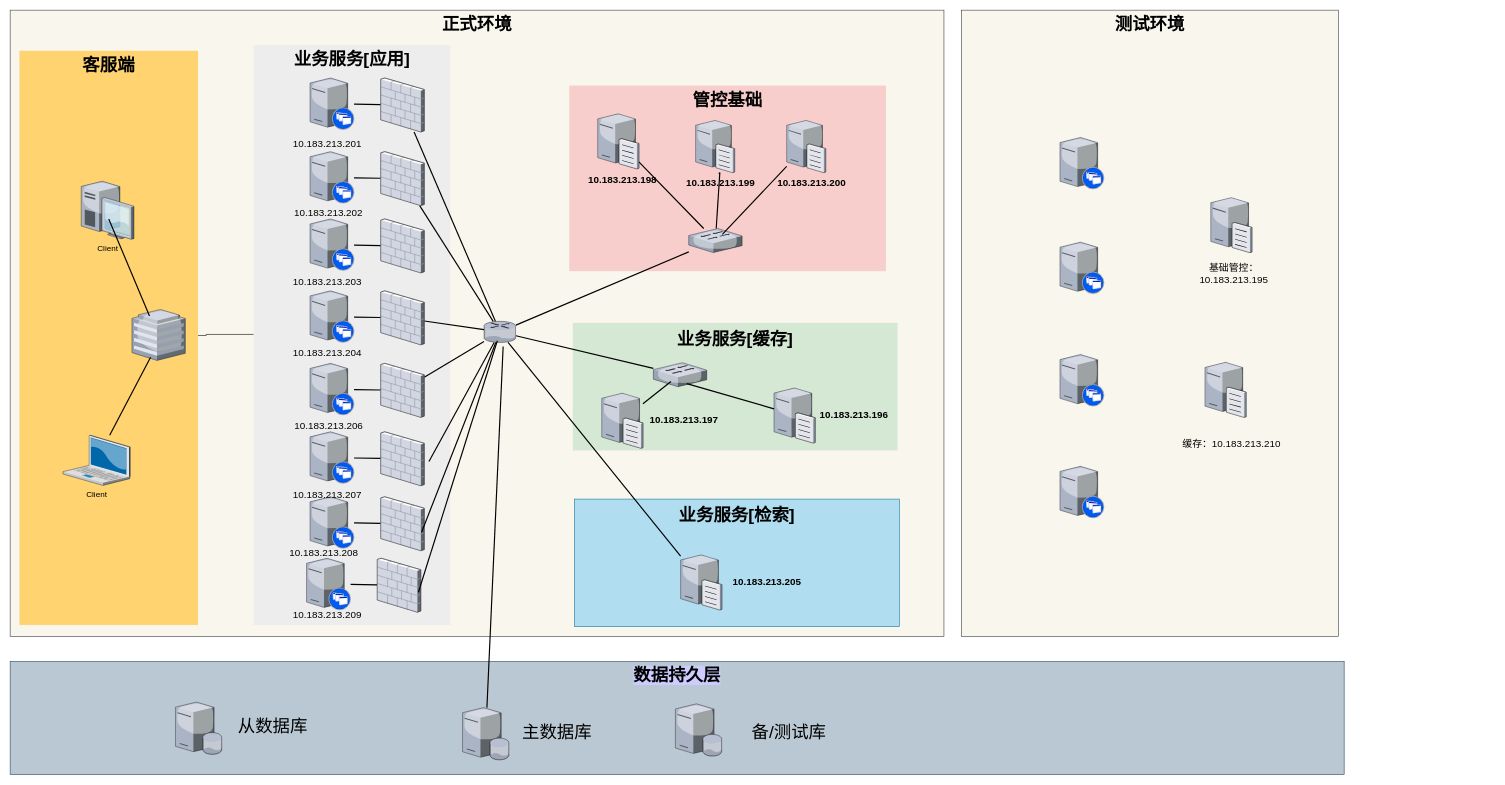
Above: 未命名绘图.drawio in MaskJS/draw.io (draw.io), before the change. Source tidied: cells renumbered, new cells numbered last; positions are measured from the earlier drawing's top-left corner, leaving out a move shared by most shapes. Both pictures are drawn from the tidied source at 58%, with x=0, y=0 at pixel (10, 10).
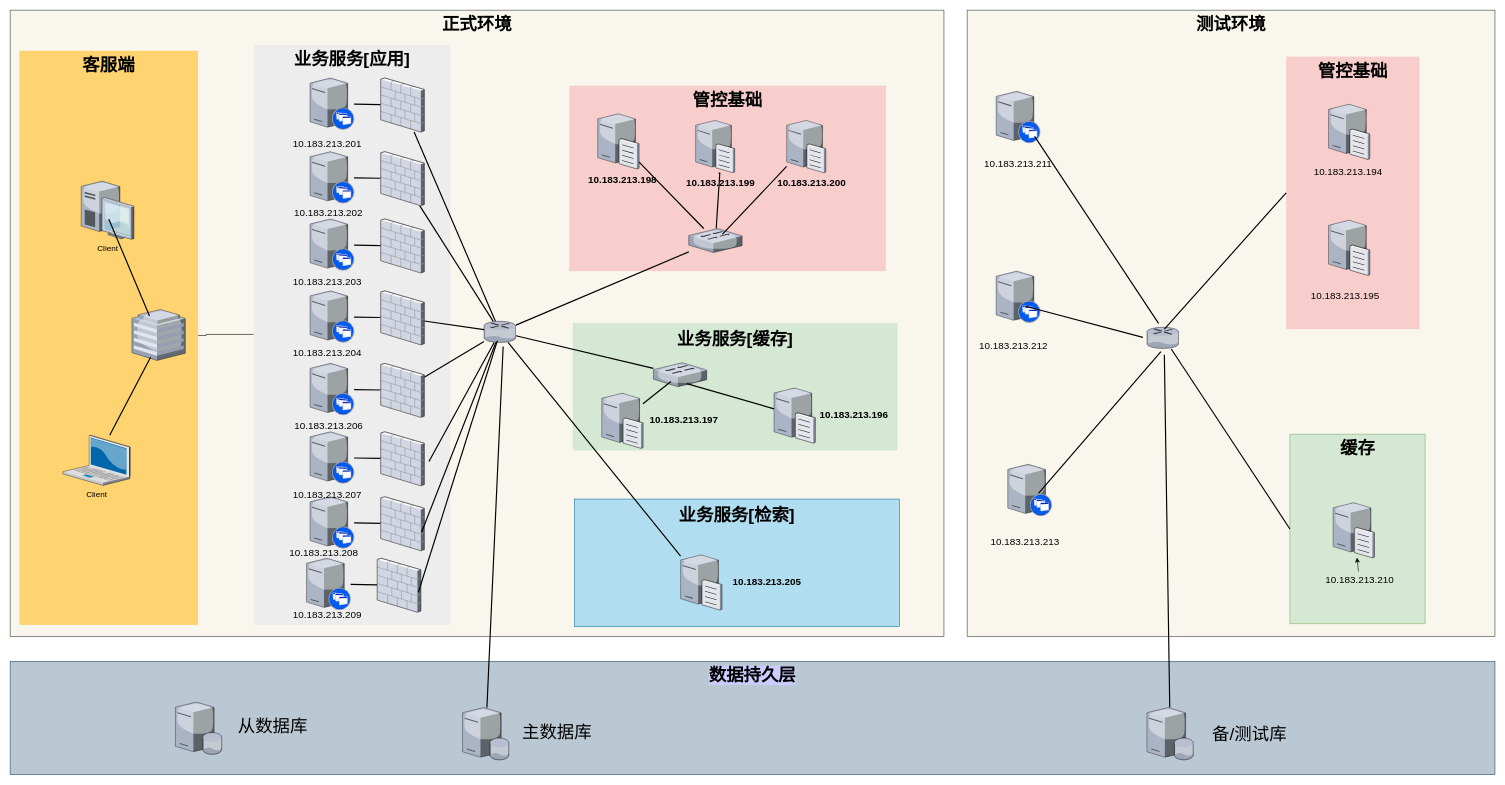
The same page after the edit.

Change to the diagram source:
```diff
@@
+    <mxCell id="77" value="&lt;div style=&quot;text-align: left;&quot;&gt;&lt;font face=&quot;宋体&quot;&gt;&lt;span style=&quot;font-size: 30px;&quot;&gt;&lt;b&gt;测试环境&lt;/b&gt;&lt;/span&gt;&lt;/font&gt;&lt;/div&gt;" style="whiteSpace=wrap;html=1;fontSize=14;verticalAlign=top;fillColor=#f9f7ed;strokeColor=#36393d;" parent="1" vertex="1">
+      <mxGeometry x="1650" width="910" height="1080" as="geometry" />
+    </mxCell>
+    <mxCell id="94" value="&lt;b&gt;&lt;font style=&quot;font-size: 30px;&quot;&gt;管控基础&lt;/font&gt;&lt;/b&gt;" style="whiteSpace=wrap;html=1;fillColor=#f8cecc;fontSize=14;strokeColor=none;verticalAlign=top;" parent="1" vertex="1">
+      <mxGeometry x="2200" y="80" width="230" height="470" as="geometry" />
+    </mxCell>
@@
     <mxCell id="39" value="&lt;b&gt;&lt;font style=&quot;font-size: 30px; background-color: rgb(204, 204, 255);&quot;&gt;数据持久层&lt;/font&gt;&lt;/b&gt;" style="whiteSpace=wrap;html=1;fontSize=14;verticalAlign=top;fillColor=#bac8d3;strokeColor=#23445d;" parent="1" vertex="1">
-      <mxGeometry y="1123" width="2300" height="195" as="geometry" />
+      <mxGeometry y="1123" width="2560" height="195" as="geometry" />
     </mxCell>
@@
-    <mxCell id="41" style="verticalLabelPosition=bottom;sketch=0;html=1;verticalAlign=top;strokeColor=none;align=center;outlineConnect=0;shape=mxgraph.citrix.database_server;labelBackgroundColor=none;fontSize=30;" parent="1" vertex="1">
-      <mxGeometry x="1147" y="1196" width="80" height="90" as="geometry" />
-    </mxCell>
@@
-    <mxCell id="45" value="备/测试库" style="text;strokeColor=none;align=center;fillColor=none;html=1;verticalAlign=middle;whiteSpace=wrap;rounded=0;labelBackgroundColor=none;fontSize=30;" parent="1" vertex="1">
-      <mxGeometry x="1272.5" y="1229" width="140" height="30" as="geometry" />
-    </mxCell>
@@
-    <mxCell id="77" value="&lt;div style=&quot;text-align: left;&quot;&gt;&lt;font face=&quot;宋体&quot;&gt;&lt;span style=&quot;font-size: 30px;&quot;&gt;&lt;b&gt;测试环境&lt;/b&gt;&lt;/span&gt;&lt;/font&gt;&lt;/div&gt;" style="whiteSpace=wrap;html=1;fontSize=14;verticalAlign=top;fillColor=#f9f7ed;strokeColor=#36393d;" parent="1" vertex="1">
-      <mxGeometry x="1640" width="650" height="1080" as="geometry" />
-    </mxCell>
@@
-    <mxCell id="81" style="verticalLabelPosition=bottom;sketch=0;html=1;verticalAlign=top;align=center;shape=mxgraph.citrix.file_server;labelBackgroundColor=none;" parent="1" vertex="1">
-      <mxGeometry x="2060" y="605" width="71" height="97" as="geometry" />
-    </mxCell>
-    <mxCell id="82" style="verticalLabelPosition=bottom;sketch=0;html=1;verticalAlign=top;align=center;shape=mxgraph.citrix.file_server;labelBackgroundColor=none;" parent="1" vertex="1">
-      <mxGeometry x="2070" y="321" width="71" height="97" as="geometry" />
-    </mxCell>
-    <mxCell id="83" style="verticalLabelPosition=bottom;html=1;verticalAlign=top;strokeColor=none;shape=mxgraph.citrix.xenapp_server;fillColor=#66B2FF;gradientColor=#0066CC;fontSize=14;" parent="1" vertex="1">
-      <mxGeometry x="1810" y="219.5" width="76" height="89" as="geometry" />
-    </mxCell>
-    <mxCell id="84" style="verticalLabelPosition=bottom;html=1;verticalAlign=top;strokeColor=none;shape=mxgraph.citrix.xenapp_server;fillColor=#66B2FF;gradientColor=#0066CC;fontSize=14;" parent="1" vertex="1">
-      <mxGeometry x="1810" y="400" width="76" height="89" as="geometry" />
-    </mxCell>
-    <mxCell id="85" style="verticalLabelPosition=bottom;html=1;verticalAlign=top;strokeColor=none;shape=mxgraph.citrix.xenapp_server;fillColor=#66B2FF;gradientColor=#0066CC;fontSize=14;" parent="1" vertex="1">
-      <mxGeometry x="1810" y="593.8" width="76" height="89" as="geometry" />
-    </mxCell>
-    <mxCell id="86" value="基础管控：10.183.213.195" style="text;strokeColor=none;align=center;fillColor=none;html=1;verticalAlign=middle;whiteSpace=wrap;rounded=0;labelBackgroundColor=none;fontSize=17;" parent="1" vertex="1">
-      <mxGeometry x="2010" y="440" width="200" height="30" as="geometry" />
-    </mxCell>
-    <mxCell id="87" value="缓存：10.183.213.210" style="text;strokeColor=none;align=center;fillColor=none;html=1;verticalAlign=middle;whiteSpace=wrap;rounded=0;labelBackgroundColor=none;fontSize=17;" parent="1" vertex="1">
-      <mxGeometry x="2005.5" y="733" width="200" height="30" as="geometry" />
-    </mxCell>
-    <mxCell id="88" style="verticalLabelPosition=bottom;html=1;verticalAlign=top;strokeColor=none;shape=mxgraph.citrix.xenapp_server;fillColor=#66B2FF;gradientColor=#0066CC;fontSize=14;" parent="1" vertex="1">
-      <mxGeometry x="1810" y="786.5" width="76" height="89" as="geometry" />
-    </mxCell>
@@
+    <mxCell id="95" value="&lt;span style=&quot;font-size: 30px;&quot;&gt;&lt;b&gt;缓存&lt;/b&gt;&lt;/span&gt;" style="whiteSpace=wrap;html=1;fillColor=#d5e8d4;fontSize=14;strokeColor=#82b366;verticalAlign=top;" parent="1" vertex="1">
+      <mxGeometry x="2206.5" y="731" width="233" height="327" as="geometry" />
+    </mxCell>
+    <mxCell id="96" style="group;" parent="1" vertex="1">
+      <mxGeometry x="2226.5" y="840" width="200" height="158" as="geometry" />
+    </mxCell>
+    <mxCell id="97" style="edgeStyle=none;rounded=0;jettySize=auto;html=1;fontSize=17;" parent="96" edge="1" source="87" target="98">
+      <mxGeometry relative="1" as="geometry" />
+    </mxCell>
+    <mxCell id="87" value="10.183.213.210" style="text;strokeColor=none;align=center;fillColor=none;html=1;verticalAlign=middle;whiteSpace=wrap;rounded=0;labelBackgroundColor=none;fontSize=17;" parent="96" vertex="1">
+      <mxGeometry y="128" width="200" height="30" as="geometry" />
+    </mxCell>
+    <mxCell id="98" style="verticalLabelPosition=bottom;sketch=0;html=1;verticalAlign=top;align=center;outlineConnect=0;shape=mxgraph.citrix.file_server;labelBackgroundColor=none;" parent="96" vertex="1">
+      <mxGeometry x="54.5" y="7" width="71" height="97" as="geometry" />
+    </mxCell>
+    <mxCell id="99" style="group;" parent="1" vertex="1">
+      <mxGeometry x="1700" y="140" width="76" height="140.5" as="geometry" />
+    </mxCell>
+    <mxCell id="83" style="verticalLabelPosition=bottom;html=1;verticalAlign=top;strokeColor=none;shape=mxgraph.citrix.xenapp_server;fillColor=#66B2FF;gradientColor=#0066CC;fontSize=14;" parent="99" vertex="1">
+      <mxGeometry width="76" height="89" as="geometry" />
+    </mxCell>
+    <mxCell id="100" value="10.183.213.211" style="text;strokeColor=none;align=center;fillColor=none;html=1;verticalAlign=middle;whiteSpace=wrap;rounded=0;labelBackgroundColor=none;fontSize=17;" parent="99" vertex="1">
+      <mxGeometry x="8" y="110.5" width="60" height="30" as="geometry" />
+    </mxCell>
+    <mxCell id="101" style="group;" parent="1" vertex="1">
+      <mxGeometry x="1700" y="450" width="76" height="143.5" as="geometry" />
+    </mxCell>
+    <mxCell id="84" style="verticalLabelPosition=bottom;html=1;verticalAlign=top;strokeColor=none;shape=mxgraph.citrix.xenapp_server;fillColor=#66B2FF;gradientColor=#0066CC;fontSize=14;" parent="101" vertex="1">
+      <mxGeometry width="76" height="89" as="geometry" />
+    </mxCell>
+    <mxCell id="102" value="10.183.213.212" style="text;strokeColor=none;align=center;fillColor=none;html=1;verticalAlign=middle;whiteSpace=wrap;rounded=0;labelBackgroundColor=none;fontSize=17;" parent="101" vertex="1">
+      <mxGeometry y="113.5" width="60" height="30" as="geometry" />
+    </mxCell>
+    <mxCell id="103" style="group;" parent="1" vertex="1">
+      <mxGeometry x="1720" y="783" width="76" height="149" as="geometry" />
+    </mxCell>
+    <mxCell id="85" style="verticalLabelPosition=bottom;html=1;verticalAlign=top;strokeColor=none;shape=mxgraph.citrix.xenapp_server;fillColor=#66B2FF;gradientColor=#0066CC;fontSize=14;" parent="103" vertex="1">
+      <mxGeometry width="76" height="89" as="geometry" />
+    </mxCell>
+    <mxCell id="104" value="10.183.213.213" style="text;strokeColor=none;align=center;fillColor=none;html=1;verticalAlign=middle;whiteSpace=wrap;rounded=0;labelBackgroundColor=none;fontSize=17;" parent="103" vertex="1">
+      <mxGeometry y="119" width="60" height="30" as="geometry" />
+    </mxCell>
+    <mxCell id="105" style="group;" parent="1" vertex="1">
+      <mxGeometry x="2206.5" y="160" width="200" height="134.9" as="geometry" />
+    </mxCell>
+    <mxCell id="106" style="verticalLabelPosition=bottom;sketch=0;html=1;verticalAlign=top;align=center;shape=mxgraph.citrix.file_server;labelBackgroundColor=none;" parent="105" vertex="1">
+      <mxGeometry x="66.5" width="71" height="97" as="geometry" />
+    </mxCell>
+    <mxCell id="107" value="10.183.213.194" style="text;strokeColor=none;align=center;fillColor=none;html=1;verticalAlign=middle;whiteSpace=wrap;rounded=0;labelBackgroundColor=none;fontSize=17;" parent="105" vertex="1">
+      <mxGeometry y="104.9" width="200" height="30" as="geometry" />
+    </mxCell>
+    <mxCell id="108" style="group;" parent="1" vertex="1">
+      <mxGeometry x="2202" y="360" width="200" height="148.2" as="geometry" />
+    </mxCell>
+    <mxCell id="109" style="verticalLabelPosition=bottom;sketch=0;html=1;verticalAlign=top;align=center;shape=mxgraph.citrix.file_server;labelBackgroundColor=none;" parent="108" vertex="1">
+      <mxGeometry x="71" width="71" height="97" as="geometry" />
+    </mxCell>
+    <mxCell id="110" value="10.183.213.195" style="text;strokeColor=none;align=center;fillColor=none;html=1;verticalAlign=middle;whiteSpace=wrap;rounded=0;labelBackgroundColor=none;fontSize=17;" parent="108" vertex="1">
+      <mxGeometry y="118.2" width="200" height="30" as="geometry" />
+    </mxCell>
+    <mxCell id="111" style="verticalLabelPosition=bottom;html=1;verticalAlign=top;strokeColor=none;shape=mxgraph.citrix.router;fillColor=#66B2FF;gradientColor=#0066CC;fontSize=14;" parent="1" vertex="1">
+      <mxGeometry x="1960" y="546.8" width="55" height="36.5" as="geometry" />
+    </mxCell>
+    <mxCell id="112" style="edgeStyle=none;rounded=0;html=1;startSize=10;endSize=10;jettySize=auto;fontSize=14;endArrow=none;endFill=0;strokeWidth=2;exitX=0.873;exitY=0.871;exitDx=0;exitDy=0;exitPerimeter=0;" parent="1" edge="1" source="83">
+      <mxGeometry relative="1" as="geometry">
+        <mxPoint x="1980" y="540" as="targetPoint" />
+      </mxGeometry>
+    </mxCell>
+    <mxCell id="113" style="edgeStyle=none;rounded=0;html=1;startSize=10;endSize=10;jettySize=auto;fontSize=14;endArrow=none;endFill=0;strokeWidth=2;entryX=-0.127;entryY=0.479;entryDx=0;entryDy=0;entryPerimeter=0;exitX=0.668;exitY=0.679;exitDx=0;exitDy=0;exitPerimeter=0;" parent="1" edge="1" source="84" target="111">
+      <mxGeometry relative="1" as="geometry" />
+    </mxCell>
+    <mxCell id="114" style="edgeStyle=none;rounded=0;html=1;startSize=10;endSize=10;jettySize=auto;fontSize=14;endArrow=none;endFill=0;strokeWidth=2;entryX=0.438;entryY=1.148;entryDx=0;entryDy=0;entryPerimeter=0;exitX=0.697;exitY=0.563;exitDx=0;exitDy=0;exitPerimeter=0;" parent="1" edge="1" source="85" target="111">
+      <mxGeometry relative="1" as="geometry" />
+    </mxCell>
+    <mxCell id="115" style="edgeStyle=none;rounded=0;html=1;startSize=10;endSize=10;jettySize=auto;fontSize=14;endArrow=none;endFill=0;strokeWidth=2;exitX=0;exitY=0.5;exitDx=0;exitDy=0;" parent="1" edge="1" source="94">
+      <mxGeometry relative="1" as="geometry">
+        <mxPoint x="1990" y="550" as="targetPoint" />
+      </mxGeometry>
+    </mxCell>
+    <mxCell id="116" style="edgeStyle=none;rounded=0;html=1;startSize=10;endSize=10;jettySize=auto;fontSize=14;endArrow=none;endFill=0;strokeWidth=2;exitX=0;exitY=0.5;exitDx=0;exitDy=0;entryX=0.762;entryY=1.027;entryDx=0;entryDy=0;entryPerimeter=0;" parent="1" edge="1" source="95" target="111">
+      <mxGeometry relative="1" as="geometry" />
+    </mxCell>
+    <mxCell id="117" style="edgeStyle=none;rounded=0;html=1;startSize=10;endSize=10;jettySize=auto;fontSize=14;endArrow=none;endFill=0;strokeWidth=2;" parent="1" edge="1" source="41">
+      <mxGeometry relative="1" as="geometry">
+        <mxPoint x="1990" y="594" as="targetPoint" />
+      </mxGeometry>
+    </mxCell>
+    <mxCell id="118" style="group;" parent="1" vertex="1">
+      <mxGeometry x="1960" y="1202.5" width="246.5" height="90" as="geometry" />
+    </mxCell>
+    <mxCell id="41" style="verticalLabelPosition=bottom;sketch=0;html=1;verticalAlign=top;strokeColor=none;align=center;outlineConnect=0;shape=mxgraph.citrix.database_server;labelBackgroundColor=none;fontSize=30;" parent="118" vertex="1">
+      <mxGeometry width="80" height="90" as="geometry" />
+    </mxCell>
+    <mxCell id="45" value="备/测试库" style="text;strokeColor=none;align=center;fillColor=none;html=1;verticalAlign=middle;whiteSpace=wrap;rounded=0;labelBackgroundColor=none;fontSize=30;" parent="118" vertex="1">
+      <mxGeometry x="106.5" y="30" width="140" height="30" as="geometry" />
+    </mxCell>
+    <mxCell id="119" style="edgeStyle=none;rounded=0;orthogonalLoop=1;jettySize=auto;html=1;entryX=0.25;entryY=1;entryDx=0;entryDy=0;fontSize=17;" parent="118" edge="1" source="45" target="45">
+      <mxGeometry relative="1" as="geometry" />
+    </mxCell>
```
